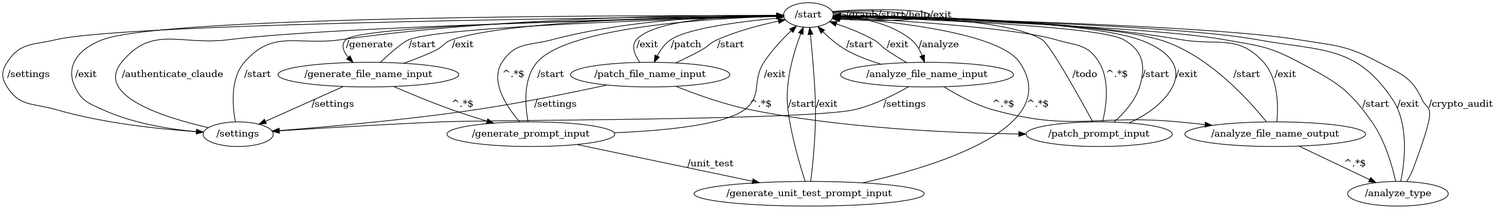
Before: flows/morph.png, a diagram exported from Graphviz (VasyaLutiy/MorphReborn). Its source is kept beside it as flows/morph.dot.
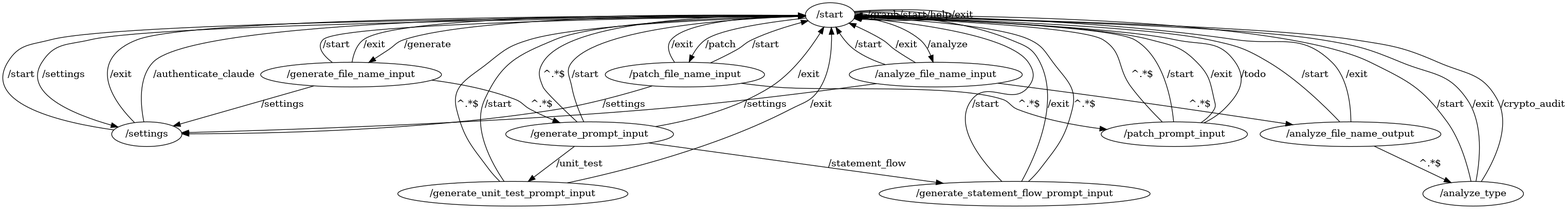
The same file after the commit.

Commit message:
- ability to generate Graphviz logical statement flows for a given method.

Diff of the diagram source:
```diff
@@ -15,10 +15,14 @@
 	"/generate_prompt_input" -> "/start" [label="/start"]
 	"/generate_prompt_input" -> "/start" [label="/exit"]
 	"/generate_prompt_input" -> "/generate_unit_test_prompt_input" [label="/unit_test"]
+	"/generate_prompt_input" -> "/generate_statement_flow_prompt_input" [label="/statement_flow"]
 	"/generate_prompt_input" -> "/start" [label="^.*$"]
+	"/generate_statement_flow_prompt_input" -> "/start" [label="/start"]
+	"/generate_statement_flow_prompt_input" -> "/start" [label="/exit"]
 	"/generate_unit_test_prompt_input" -> "/start" [label="/start"]
 	"/generate_unit_test_prompt_input" -> "/start" [label="/exit"]
 	"/generate_unit_test_prompt_input" -> "/start" [label="^.*$"]
+	"/generate_statement_flow_prompt_input" -> "/start" [label="^.*$"]
 	"/start" -> "/patch_file_name_input" [label="/patch"]
 	"/patch_file_name_input" -> "/start" [label="/start"]
 	"/patch_file_name_input" -> "/start" [label="/exit"]
```
